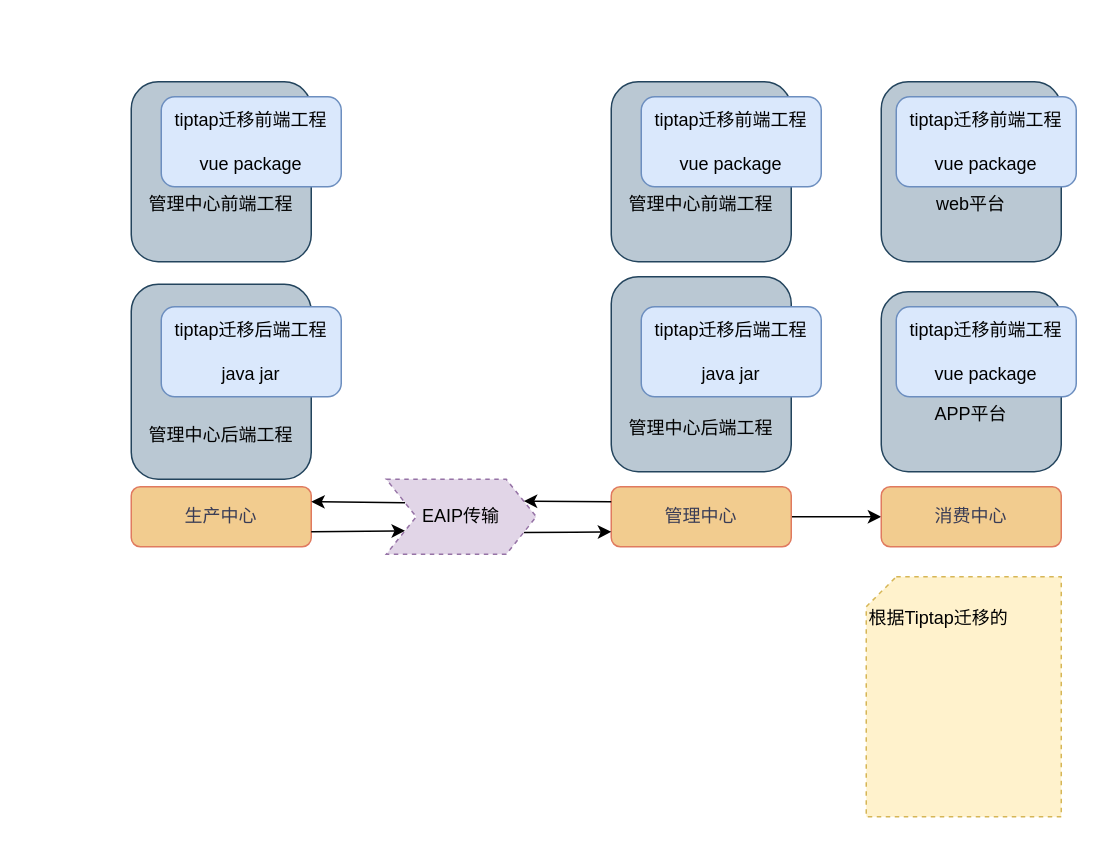
Earlier version of the draw.io diagram tiptapRendering-ALL.drawio (lance631/notes). Source tidied: cells renumbered, new cells numbered last; positions are measured from the earlier drawing's top-left corner, leaving out a move shared by most shapes. Both pictures are drawn from the tidied source at 150%, with x=0, y=0 at pixel (130, 81).
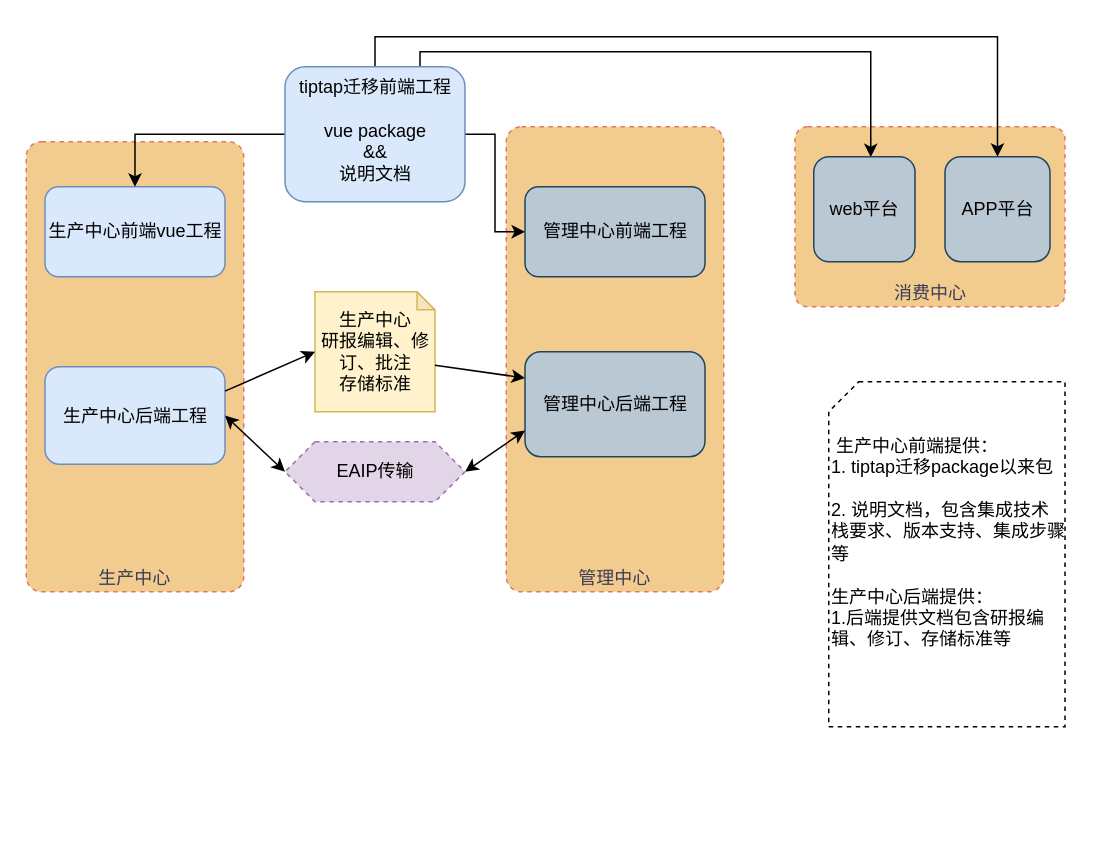
The same page after the edit.

Diff of the diagram source:
```diff
@@
+    <mxCell id="7" value="消费中心" style="rounded=1;whiteSpace=wrap;html=1;fontSize=12;glass=0;strokeWidth=1;shadow=0;labelBackgroundColor=none;fillColor=#F2CC8F;strokeColor=#E07A5F;fontColor=#393C56;verticalAlign=bottom;gradientColor=none;arcSize=7;dashed=1;" parent="1" vertex="1">
+      <mxGeometry x="442.5" y="30" width="180" height="120" as="geometry" />
+    </mxCell>
+    <mxCell id="6" value="管理中心" style="rounded=1;whiteSpace=wrap;html=1;fontSize=12;glass=0;strokeWidth=1;shadow=0;labelBackgroundColor=none;fillColor=#F2CC8F;strokeColor=#E07A5F;fontColor=#393C56;verticalAlign=bottom;gradientColor=none;arcSize=7;dashed=1;" parent="1" vertex="1">
+      <mxGeometry x="250" y="30" width="145" height="310" as="geometry" />
+    </mxCell>
+    <mxCell id="4" value="生产中心" style="rounded=1;whiteSpace=wrap;html=1;fontSize=12;glass=0;strokeWidth=1;shadow=0;labelBackgroundColor=none;fillColor=#F2CC8F;strokeColor=#E07A5F;fontColor=#393C56;verticalAlign=bottom;gradientColor=none;arcSize=7;dashed=1;" parent="1" vertex="1">
+      <mxGeometry x="-70" y="40" width="145" height="300" as="geometry" />
+    </mxCell>
-    <mxCell id="2" value="&lt;br&gt;&lt;br&gt;&lt;br&gt;&lt;br&gt;&lt;br&gt;管理中心后端工程" style="rounded=1;whiteSpace=wrap;html=1;fillColor=#bac8d3;strokeColor=#23445d;" parent="1" vertex="1">
-      <mxGeometry y="135" width="120" height="130" as="geometry" />
+    <mxCell id="2" value="生产中心后端工程" style="rounded=1;whiteSpace=wrap;html=1;fillColor=#dae8fc;strokeColor=#6c8ebf;verticalAlign=middle;" parent="1" vertex="1">
+      <mxGeometry x="-57.5" y="190" width="120" height="65" as="geometry" />
     </mxCell>
-    <mxCell id="3" value="&lt;br&gt;&lt;br&gt;&lt;br&gt;管理中心前端工程" style="rounded=1;whiteSpace=wrap;html=1;fillColor=#bac8d3;strokeColor=#23445d;" parent="1" vertex="1">
-      <mxGeometry width="120" height="120" as="geometry" />
+    <mxCell id="3" value="生产中心前端vue工程" style="rounded=1;whiteSpace=wrap;html=1;fillColor=#dae8fc;strokeColor=#6c8ebf;" parent="1" vertex="1">
+      <mxGeometry x="-57.5" y="70" width="120" height="60" as="geometry" />
     </mxCell>
-    <mxCell id="4" value="生产中心" style="rounded=1;whiteSpace=wrap;html=1;fontSize=12;glass=0;strokeWidth=1;shadow=0;labelBackgroundColor=none;fillColor=#F2CC8F;strokeColor=#E07A5F;fontColor=#393C56;" parent="1" vertex="1">
-      <mxGeometry y="270" width="120" height="40" as="geometry" />
-    </mxCell>
-    <mxCell id="5" style="edgeStyle=orthogonalEdgeStyle;rounded=0;jettySize=auto;html=1;exitX=1;exitY=0.5;exitDx=0;exitDy=0;entryX=0;entryY=0.5;entryDx=0;entryDy=0;" parent="1" edge="1" source="6" target="7">
-      <mxGeometry relative="1" as="geometry" />
-    </mxCell>
-    <mxCell id="6" value="管理中心" style="rounded=1;whiteSpace=wrap;html=1;fontSize=12;glass=0;strokeWidth=1;shadow=0;labelBackgroundColor=none;fillColor=#F2CC8F;strokeColor=#E07A5F;fontColor=#393C56;" parent="1" vertex="1">
-      <mxGeometry x="320" y="270" width="120" height="40" as="geometry" />
-    </mxCell>
-    <mxCell id="7" value="消费中心" style="rounded=1;whiteSpace=wrap;html=1;fontSize=12;glass=0;strokeWidth=1;shadow=0;labelBackgroundColor=none;fillColor=#F2CC8F;strokeColor=#E07A5F;fontColor=#393C56;" parent="1" vertex="1">
-      <mxGeometry x="500" y="270" width="120" height="40" as="geometry" />
-    </mxCell>
+    <mxCell id="24" style="edgeStyle=orthogonalEdgeStyle;rounded=0;jettySize=auto;html=1;exitX=0;exitY=0.5;exitDx=0;exitDy=0;entryX=0.5;entryY=0;entryDx=0;entryDy=0;" parent="1" edge="1" source="8" target="3">
+      <mxGeometry relative="1" as="geometry" />
+    </mxCell>
+    <mxCell id="25" style="edgeStyle=orthogonalEdgeStyle;rounded=0;jettySize=auto;html=1;exitX=1;exitY=0.5;exitDx=0;exitDy=0;" parent="1" edge="1" source="8" target="10">
+      <mxGeometry relative="1" as="geometry" />
+    </mxCell>
+    <mxCell id="26" style="edgeStyle=orthogonalEdgeStyle;rounded=0;jettySize=auto;html=1;exitX=0.75;exitY=0;exitDx=0;exitDy=0;entryX=0.563;entryY=0.004;entryDx=0;entryDy=0;entryPerimeter=0;" parent="1" edge="1" source="8" target="19">
+      <mxGeometry relative="1" as="geometry">
+        <Array as="points">
+          <mxPoint x="192.5" y="-20" />
+          <mxPoint x="493.5" y="-20" />
+        </Array>
+      </mxGeometry>
+    </mxCell>
+    <mxCell id="27" style="edgeStyle=orthogonalEdgeStyle;rounded=0;jettySize=auto;html=1;exitX=0.5;exitY=0;exitDx=0;exitDy=0;entryX=0.5;entryY=0;entryDx=0;entryDy=0;" parent="1" edge="1" source="8" target="20">
+      <mxGeometry relative="1" as="geometry" />
+    </mxCell>
-    <mxCell id="8" value="tiptap迁移前端工程&lt;br&gt;&lt;br&gt;vue package" style="rounded=1;whiteSpace=wrap;html=1;fillColor=#dae8fc;strokeColor=#6c8ebf;" parent="1" vertex="1">
-      <mxGeometry x="20" y="10" width="120" height="60" as="geometry" />
+    <mxCell id="8" value="tiptap迁移前端工程&lt;br&gt;&lt;br&gt;vue package&lt;br&gt;&amp;amp;&amp;amp;&lt;br&gt;说明文档" style="rounded=1;whiteSpace=wrap;html=1;fillColor=#dae8fc;strokeColor=#6c8ebf;verticalAlign=top;" parent="1" vertex="1">
+      <mxGeometry x="102.5" y="-10" width="120" height="90" as="geometry" />
     </mxCell>
-    <mxCell id="9" value="tiptap迁移后端工程&lt;br&gt;&lt;br&gt;java jar" style="rounded=1;whiteSpace=wrap;html=1;fillColor=#dae8fc;strokeColor=#6c8ebf;" parent="1" vertex="1">
-      <mxGeometry x="20" y="150" width="120" height="60" as="geometry" />
-    </mxCell>
-    <mxCell id="10" value="&lt;br&gt;&lt;br&gt;&lt;br&gt;管理中心前端工程" style="rounded=1;whiteSpace=wrap;html=1;fillColor=#bac8d3;strokeColor=#23445d;" parent="1" vertex="1">
-      <mxGeometry x="320" width="120" height="120" as="geometry" />
+    <mxCell id="10" value="管理中心前端工程" style="rounded=1;whiteSpace=wrap;html=1;fillColor=#bac8d3;strokeColor=#23445d;" parent="1" vertex="1">
+      <mxGeometry x="262.5" y="70" width="120" height="60" as="geometry" />
     </mxCell>
-    <mxCell id="11" value="&lt;br&gt;&lt;br&gt;&lt;br&gt;&lt;br&gt;&lt;br&gt;管理中心后端工程" style="rounded=1;whiteSpace=wrap;html=1;fillColor=#bac8d3;strokeColor=#23445d;" parent="1" vertex="1">
-      <mxGeometry x="320" y="130" width="120" height="130" as="geometry" />
+    <mxCell id="11" value="管理中心后端工程" style="rounded=1;whiteSpace=wrap;html=1;fillColor=#bac8d3;strokeColor=#23445d;" parent="1" vertex="1">
+      <mxGeometry x="262.5" y="180" width="120" height="70" as="geometry" />
     </mxCell>
-    <mxCell id="12" value="tiptap迁移前端工程&lt;br&gt;&lt;br&gt;vue package" style="rounded=1;whiteSpace=wrap;html=1;fillColor=#dae8fc;strokeColor=#6c8ebf;" parent="1" vertex="1">
-      <mxGeometry x="340" y="10" width="120" height="60" as="geometry" />
-    </mxCell>
-    <mxCell id="13" value="tiptap迁移后端工程&lt;br&gt;&lt;br&gt;java jar" style="rounded=1;whiteSpace=wrap;html=1;fillColor=#dae8fc;strokeColor=#6c8ebf;" parent="1" vertex="1">
-      <mxGeometry x="340" y="150" width="120" height="60" as="geometry" />
-    </mxCell>
-    <mxCell id="14" style="edgeStyle=orthogonalEdgeStyle;rounded=0;jettySize=auto;html=1;exitX=1;exitY=0.75;exitDx=0;exitDy=0;entryX=0;entryY=0.75;entryDx=0;entryDy=0;" parent="1" edge="1" source="15" target="6">
-      <mxGeometry relative="1" as="geometry" />
-    </mxCell>
-    <mxCell id="15" value="EAIP传输" style="shape=step;perimeter=stepPerimeter;whiteSpace=wrap;html=1;fixedSize=1;fillColor=#e1d5e7;strokeColor=#9673a6;dashed=1;" parent="1" vertex="1">
-      <mxGeometry x="170" y="265" width="100" height="50" as="geometry" />
-    </mxCell>
-    <mxCell id="16" style="endArrow=classic;html=1;rounded=0;exitX=0;exitY=0.25;exitDx=0;exitDy=0;entryX=1;entryY=0.25;entryDx=0;entryDy=0;" parent="1" edge="1" source="15" target="4">
-      <mxGeometry relative="1" as="geometry" />
-    </mxCell>
-    <mxCell id="17" style="endArrow=classic;html=1;rounded=0;exitX=1;exitY=0.75;exitDx=0;exitDy=0;entryX=0;entryY=0.75;entryDx=0;entryDy=0;" parent="1" edge="1" source="4" target="15">
-      <mxGeometry relative="1" as="geometry" />
-    </mxCell>
-    <mxCell id="18" style="endArrow=classic;html=1;rounded=0;exitX=0;exitY=0.25;exitDx=0;exitDy=0;entryX=1;entryY=0.25;entryDx=0;entryDy=0;" parent="1" edge="1" source="6" target="15">
-      <mxGeometry relative="1" as="geometry" />
-    </mxCell>
-    <mxCell id="19" value="&lt;br&gt;&lt;br&gt;&lt;br&gt;web平台" style="rounded=1;whiteSpace=wrap;html=1;fillColor=#bac8d3;strokeColor=#23445d;" parent="1" vertex="1">
-      <mxGeometry x="500" width="120" height="120" as="geometry" />
+    <mxCell id="19" value="web平台" style="rounded=1;whiteSpace=wrap;html=1;fillColor=#bac8d3;strokeColor=#23445d;" parent="1" vertex="1">
+      <mxGeometry x="455" y="50" width="67.5" height="70" as="geometry" />
     </mxCell>
-    <mxCell id="20" value="&lt;br&gt;&lt;br&gt;&lt;br&gt;APP平台" style="rounded=1;whiteSpace=wrap;html=1;fillColor=#bac8d3;strokeColor=#23445d;" parent="1" vertex="1">
-      <mxGeometry x="500" y="140" width="120" height="120" as="geometry" />
+    <mxCell id="20" value="APP平台" style="rounded=1;whiteSpace=wrap;html=1;fillColor=#bac8d3;strokeColor=#23445d;" parent="1" vertex="1">
+      <mxGeometry x="542.5" y="50" width="70" height="70" as="geometry" />
     </mxCell>
-    <mxCell id="21" value="tiptap迁移前端工程&lt;br&gt;&lt;br&gt;vue package" style="rounded=1;whiteSpace=wrap;html=1;fillColor=#dae8fc;strokeColor=#6c8ebf;" parent="1" vertex="1">
-      <mxGeometry x="510" y="10" width="120" height="60" as="geometry" />
-    </mxCell>
-    <mxCell id="22" value="tiptap迁移前端工程&lt;br&gt;&lt;br&gt;vue package" style="rounded=1;whiteSpace=wrap;html=1;fillColor=#dae8fc;strokeColor=#6c8ebf;" parent="1" vertex="1">
-      <mxGeometry x="510" y="150" width="120" height="60" as="geometry" />
-    </mxCell>
-    <mxCell id="23" value="&lt;br&gt;根据Tiptap迁移的" style="shape=card;whiteSpace=wrap;html=1;dashed=1;size=20;fillColor=#fff2cc;strokeColor=#d6b656;verticalAlign=top;align=left;" parent="1" vertex="1">
-      <mxGeometry x="490" y="330" width="130" height="160" as="geometry" />
+    <mxCell id="23" value="&lt;br&gt;&lt;br&gt;&amp;nbsp;生产中心前端提供：&lt;br&gt;1. tiptap迁移package以来包&lt;br&gt;&lt;br&gt;2. 说明文档，包含集成技术栈要求、版本支持、集成步骤等&lt;br&gt;&lt;br&gt;生产中心后端提供：&lt;br&gt;1.后端提供文档包含研报编辑、修订、存储标准等" style="shape=card;whiteSpace=wrap;html=1;dashed=1;size=20;verticalAlign=top;align=left;" parent="1" vertex="1">
+      <mxGeometry x="465" y="200" width="157.5" height="230" as="geometry" />
     </mxCell>
+    <mxCell id="28" value="生产中心&lt;br&gt;研报编辑、修订、批注&lt;br&gt;存储标准" style="shape=note;whiteSpace=wrap;html=1;backgroundOutline=1;darkOpacity=0.05;size=12;fillColor=#fff2cc;strokeColor=#d6b656;" parent="1" vertex="1">
+      <mxGeometry x="122.5" y="140" width="80" height="80" as="geometry" />
+    </mxCell>
+    <mxCell id="29" style="endArrow=classic;startArrow=classic;html=1;rounded=0;exitX=1;exitY=0.5;exitDx=0;exitDy=0;entryX=0;entryY=0.75;entryDx=0;entryDy=0;" parent="1" edge="1" source="15" target="11">
+      <mxGeometry relative="1" as="geometry" />
+    </mxCell>
+    <mxCell id="30" style="endArrow=classic;startArrow=classic;html=1;rounded=0;exitX=0;exitY=0.5;exitDx=0;exitDy=0;entryX=1;entryY=0.5;entryDx=0;entryDy=0;" parent="1" edge="1" source="15" target="2">
+      <mxGeometry relative="1" as="geometry" />
+    </mxCell>
+    <mxCell id="31" style="endArrow=classic;html=1;rounded=0;exitX=0;exitY=0;exitDx=80;exitDy=49;exitPerimeter=0;entryX=0;entryY=0.25;entryDx=0;entryDy=0;" parent="1" edge="1" source="28" target="11">
+      <mxGeometry relative="1" as="geometry" />
+    </mxCell>
+    <mxCell id="32" style="endArrow=classic;html=1;rounded=0;exitX=1;exitY=0.25;exitDx=0;exitDy=0;entryX=0;entryY=0.5;entryDx=0;entryDy=0;entryPerimeter=0;" parent="1" edge="1" source="2" target="28">
+      <mxGeometry relative="1" as="geometry" />
+    </mxCell>
+    <mxCell id="15" value="EAIP传输" style="shape=hexagon;perimeter=hexagonPerimeter2;whiteSpace=wrap;html=1;fixedSize=1;dashed=1;sketch=0;fillColor=#e1d5e7;strokeColor=#9673a6;" parent="1" vertex="1">
+      <mxGeometry x="102.5" y="240" width="120" height="40" as="geometry" />
+    </mxCell>
```
